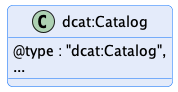
The PlantUML diagram catalog/message/diagram/catalog.png in International-Data-Spaces-Association/ids-specification, before a commit. Source of this version:
```plantuml
@startuml "catalog"
!pragma layout smetana

!include ../../diagrams/diagram.styles.puml

hide empty description


class dcat:Catalog {
    @type : "dcat:Catalog",
    ...
}

@enduml
```
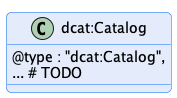
After the change.

Commit message:
debugging catalog shapes

Change to the diagram source:
```diff
@@ -1,14 +1,14 @@
 @startuml "catalog"
 !pragma layout smetana
 
-!include ../../diagrams/diagram.styles.puml
+!include ../../../common/style/diagram.styles.puml
 
 hide empty description
 
 
 class dcat:Catalog {
     @type : "dcat:Catalog",
-    ...
+    ... # TODO
 }
 
 @enduml
```
